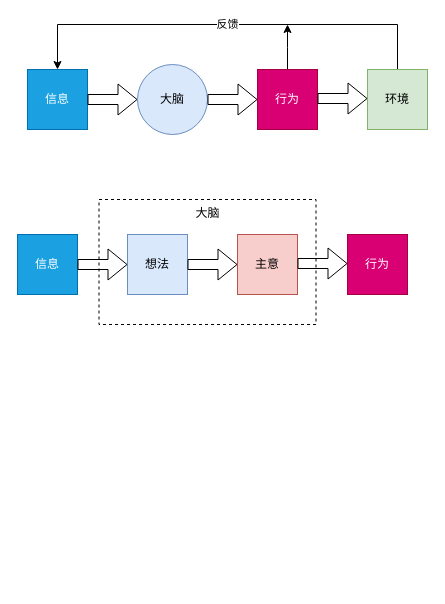
The draw.io diagram 行为模式.drawio in Albert-W/Draw_io, before the edit. Source tidied: cells renumbered, new cells numbered last; positions are measured from the earlier drawing's top-left corner, leaving out a move shared by most shapes. Both pictures are drawn from the tidied source at 100%, with x=0, y=0 at pixel (17, 24).
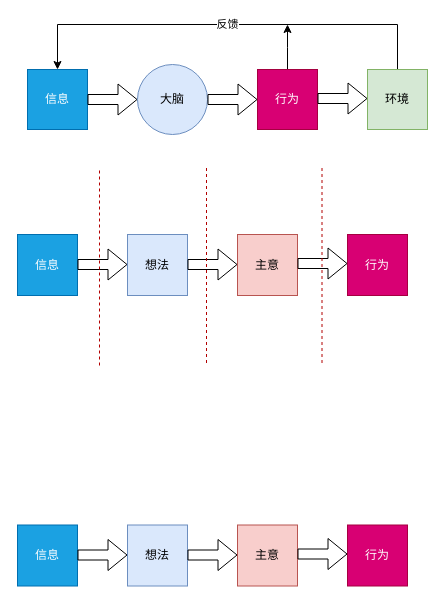
Above is the later version.

What changed in the source:
```diff
@@
-    <mxCell id="2" value="大脑" style="rounded=0;whiteSpace=wrap;html=1;dashed=1;verticalAlign=top;" parent="1" vertex="1">
-      <mxGeometry x="81.5" y="175" width="217" height="125" as="geometry" />
-    </mxCell>
     <mxCell id="3" value="信息" style="rounded=0;whiteSpace=wrap;html=1;fillColor=#1ba1e2;strokeColor=#006EAF;fontColor=#ffffff;" parent="1" vertex="1">
-      <mxGeometry y="210" width="60" height="60" as="geometry" />
+      <mxGeometry y="210" width="60" height="61" as="geometry" />
     </mxCell>
     <mxCell id="4" value="想法" style="rounded=0;whiteSpace=wrap;html=1;fillColor=#dae8fc;strokeColor=#6c8ebf;" parent="1" vertex="1">
-      <mxGeometry x="110" y="210" width="60" height="60" as="geometry" />
+      <mxGeometry x="110" y="210" width="60" height="61" as="geometry" />
     </mxCell>
     <mxCell id="5" value="主意" style="rounded=0;whiteSpace=wrap;html=1;fillColor=#f8cecc;strokeColor=#b85450;" parent="1" vertex="1">
-      <mxGeometry x="220" y="210" width="60" height="60" as="geometry" />
+      <mxGeometry x="220" y="210" width="60" height="61" as="geometry" />
     </mxCell>
     <mxCell id="6" value="行为&lt;br&gt;" style="rounded=0;whiteSpace=wrap;html=1;fillColor=#d80073;strokeColor=#A50040;fontColor=#ffffff;" parent="1" vertex="1">
-      <mxGeometry x="330" y="210" width="60" height="60" as="geometry" />
+      <mxGeometry x="330" y="210" width="60" height="61" as="geometry" />
     </mxCell>
@@
+    <mxCell id="19" style="endArrow=none;dashed=1;html=1;verticalAlign=top;labelPosition=center;verticalLabelPosition=bottom;align=center;fillColor=#e51400;strokeColor=#B20000;" parent="1" edge="1">
+      <mxGeometry relative="1" as="geometry">
+        <mxPoint x="82" y="341" as="sourcePoint" />
+        <mxPoint x="82" y="144" as="targetPoint" />
+      </mxGeometry>
+    </mxCell>
+    <mxCell id="20" style="endArrow=none;dashed=1;html=1;fillColor=#e51400;strokeColor=#B20000;" parent="1" edge="1">
+      <mxGeometry relative="1" as="geometry">
+        <mxPoint x="189" y="338.5" as="sourcePoint" />
+        <mxPoint x="189" y="141.5" as="targetPoint" />
+      </mxGeometry>
+    </mxCell>
+    <mxCell id="21" style="endArrow=none;dashed=1;html=1;fillColor=#e51400;strokeColor=#B20000;" parent="1" edge="1">
+      <mxGeometry relative="1" as="geometry">
+        <mxPoint x="304.5" y="338.5" as="sourcePoint" />
+        <mxPoint x="304.5" y="141.5" as="targetPoint" />
+      </mxGeometry>
+    </mxCell>
+    <mxCell id="22" value="信息" style="rounded=0;whiteSpace=wrap;html=1;fillColor=#1ba1e2;strokeColor=#006EAF;fontColor=#ffffff;" parent="1" vertex="1">
+      <mxGeometry y="500.5" width="60" height="61" as="geometry" />
+    </mxCell>
+    <mxCell id="23" value="想法" style="rounded=0;whiteSpace=wrap;html=1;fillColor=#dae8fc;strokeColor=#6c8ebf;" parent="1" vertex="1">
+      <mxGeometry x="110" y="500.5" width="60" height="61" as="geometry" />
+    </mxCell>
+    <mxCell id="24" value="主意" style="rounded=0;whiteSpace=wrap;html=1;fillColor=#f8cecc;strokeColor=#b85450;" parent="1" vertex="1">
+      <mxGeometry x="220" y="500.5" width="60" height="61" as="geometry" />
+    </mxCell>
+    <mxCell id="25" value="行为&lt;br&gt;" style="rounded=0;whiteSpace=wrap;html=1;fillColor=#d80073;strokeColor=#A50040;fontColor=#ffffff;" parent="1" vertex="1">
+      <mxGeometry x="330" y="500.5" width="60" height="61" as="geometry" />
+    </mxCell>
+    <mxCell id="26" style="shape=flexArrow;endArrow=classic;html=1;" parent="1" edge="1">
+      <mxGeometry relative="1" as="geometry">
+        <mxPoint x="60" y="530.5" as="sourcePoint" />
+        <mxPoint x="110" y="530.5" as="targetPoint" />
+      </mxGeometry>
+    </mxCell>
+    <mxCell id="27" style="shape=flexArrow;endArrow=classic;html=1;" parent="1" edge="1">
+      <mxGeometry relative="1" as="geometry">
+        <mxPoint x="170" y="530.5" as="sourcePoint" />
+        <mxPoint x="220" y="530.5" as="targetPoint" />
+      </mxGeometry>
+    </mxCell>
+    <mxCell id="28" style="shape=flexArrow;endArrow=classic;html=1;" parent="1" edge="1">
+      <mxGeometry relative="1" as="geometry">
+        <mxPoint x="280" y="529.5" as="sourcePoint" />
+        <mxPoint x="330" y="529.5" as="targetPoint" />
+      </mxGeometry>
+    </mxCell>
```
